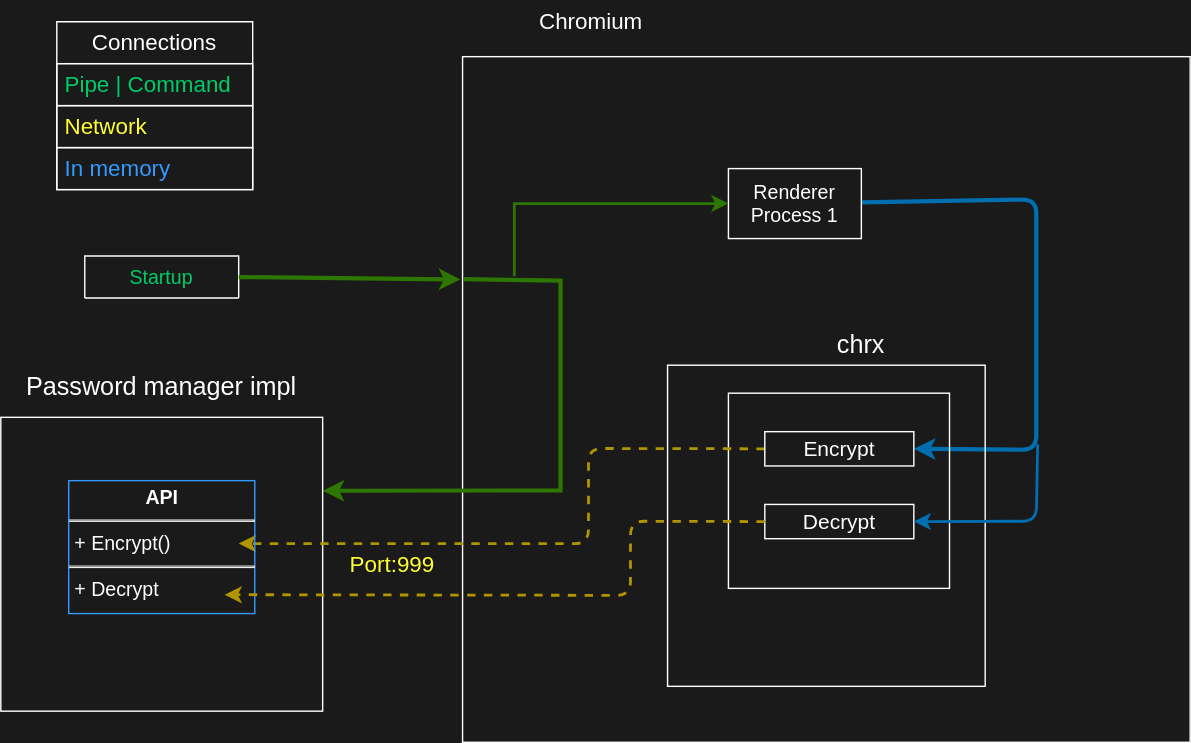
chrxer/safe-chrx-proto keeps this draw.io diagram as bridge.drawio.svg. Above is the earlier version. Source tidied: cells renumbered, new cells last; positions are measured from the earlier drawing's top-left corner, leaving out a move shared by most shapes.
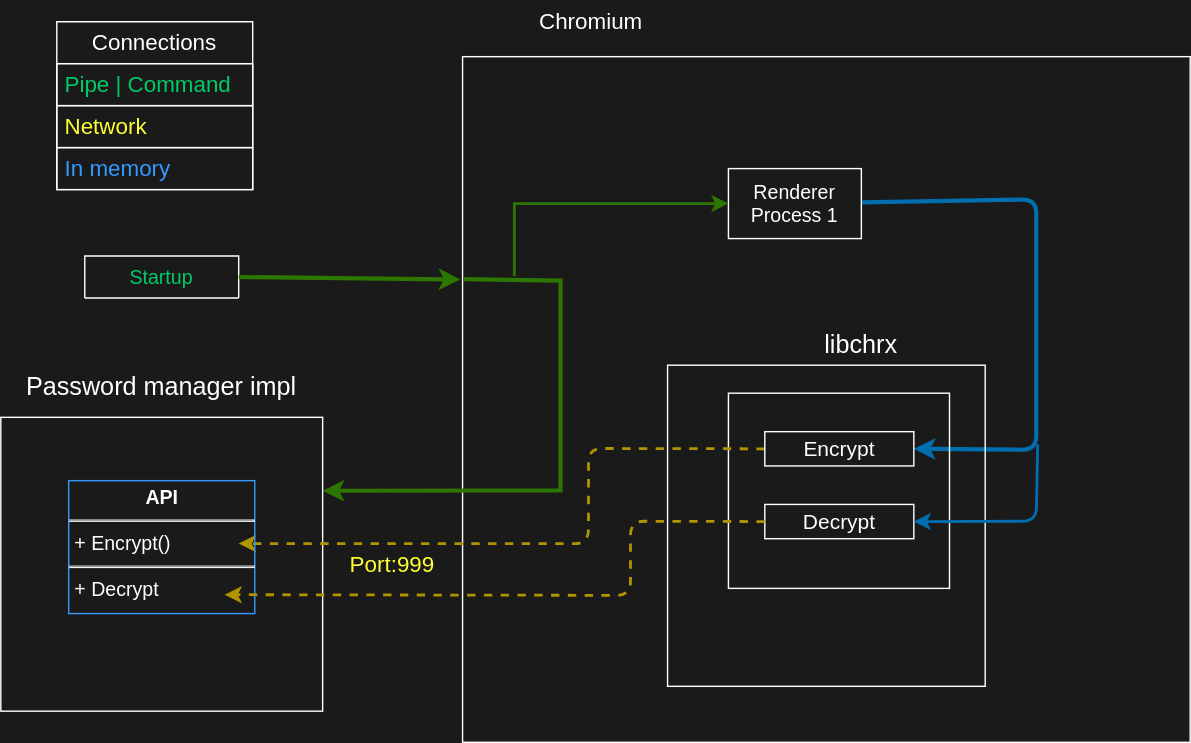
After the commit.

What changed in the source:
```diff
@@ -34,7 +34,7 @@
     <mxCell id="8" style="rounded=0;whiteSpace=wrap;html=1;fillColor=none;strokeColor=#FFFFFF;fontColor=#FFFFFF;" parent="1" vertex="1">
       <mxGeometry x="476.5" y="260.5" width="227" height="229.5" as="geometry" />
     </mxCell>
-    <mxCell id="9" value="chrx" style="text;html=1;strokeColor=none;fillColor=none;align=center;verticalAlign=middle;whiteSpace=wrap;rounded=0;fontSize=18;fontColor=#FFFFFF;" parent="1" vertex="1">
+    <mxCell id="9" value="libchrx" style="text;html=1;strokeColor=none;fillColor=none;align=center;verticalAlign=middle;whiteSpace=wrap;rounded=0;fontSize=18;fontColor=#FFFFFF;" parent="1" vertex="1">
       <mxGeometry x="565" y="230.5" width="100" height="30" as="geometry" />
     </mxCell>
     <mxCell id="10" style="rounded=0;whiteSpace=wrap;html=1;fillColor=none;strokeColor=#FFFFFF;fontColor=#FFFFFF;" parent="1" vertex="1">
```
